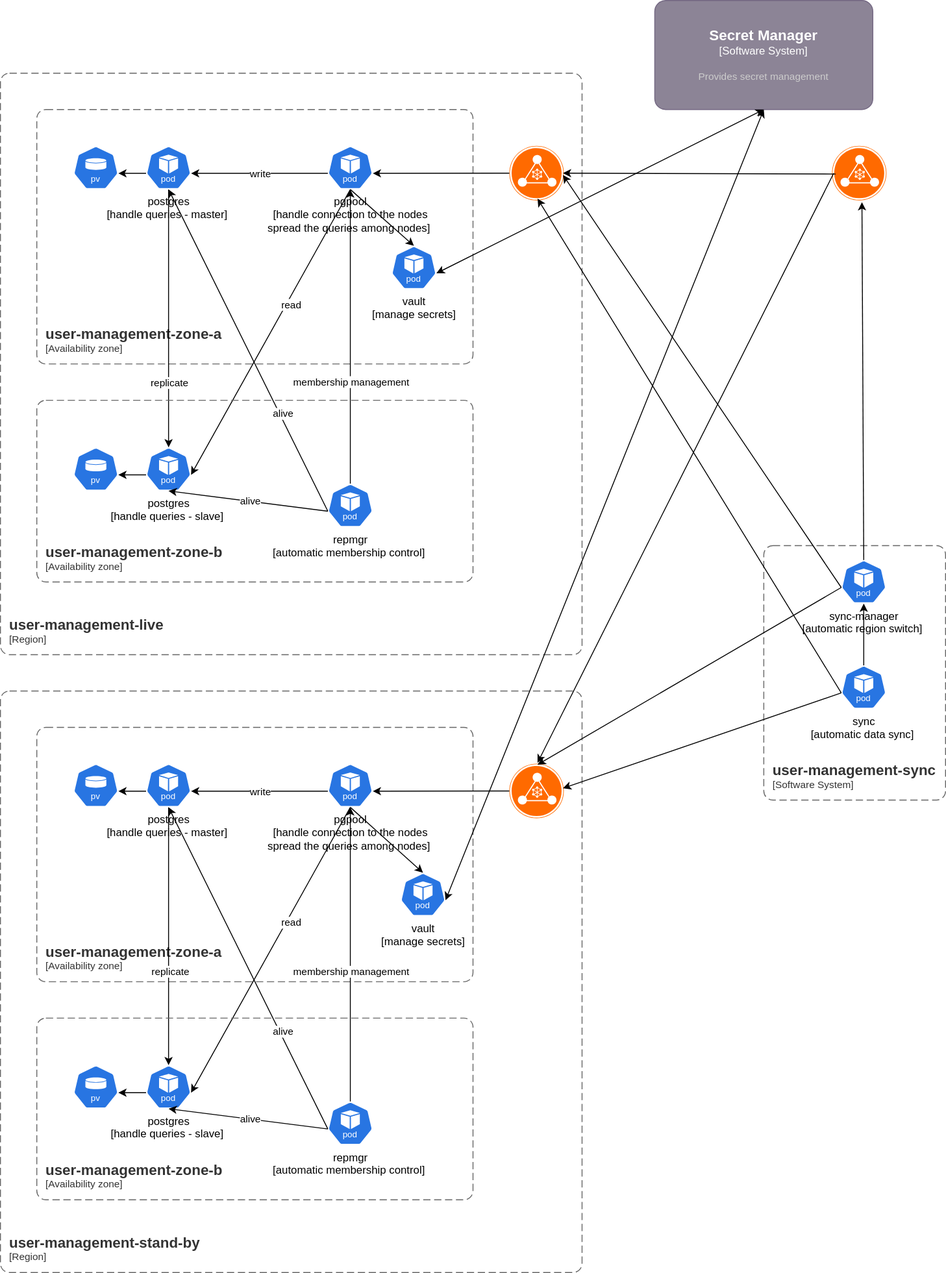
Before: docs/diagrams/deployment-diagram.drawio.svg, a diagram exported from draw.io (andrei-gavrila/DDB). Source tidied: cells renumbered, new cells last; positions are measured from the earlier drawing's top-left corner, leaving out a move shared by most shapes.
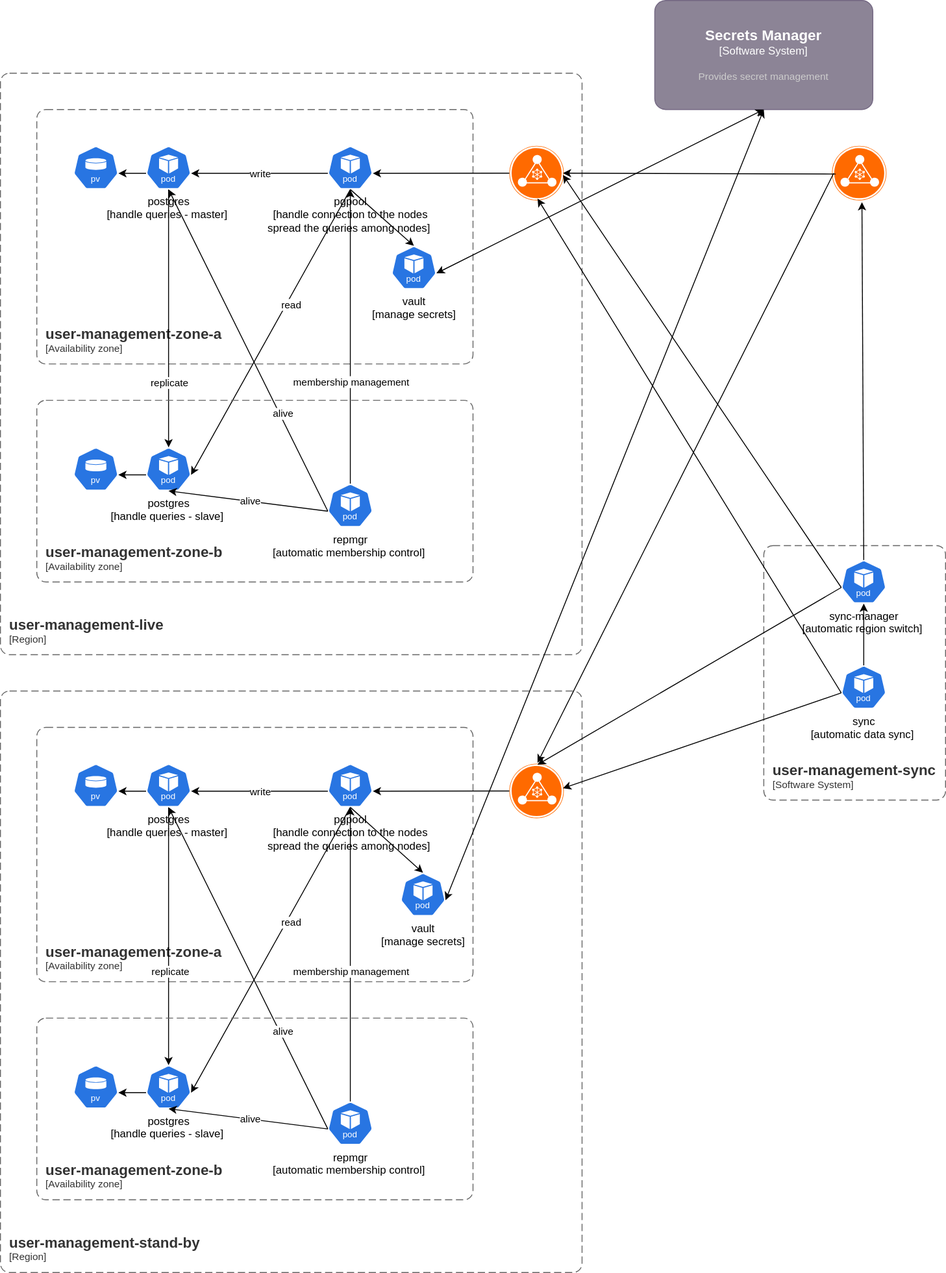
Later version of the same file.

Commit message:
chore: update deployment diagram

Diff of the diagram source:
```diff
@@ -228,7 +228,7 @@
     <mxCell id="67" style="endArrow=classic;html=1;rounded=0;entryX=0.5;entryY=0;entryDx=0;entryDy=0;entryPerimeter=0;exitX=0.5;exitY=1;exitDx=0;exitDy=0;exitPerimeter=0;" parent="1" edge="1" source="31" target="66">
       <mxGeometry relative="1" as="geometry" />
     </mxCell>
-    <object id="68" label="&lt;font style=&quot;font-size: 16px&quot;&gt;&lt;b&gt;%c4Name%&lt;/b&gt;&lt;/font&gt;&lt;div&gt;[%c4Type%]&lt;/div&gt;&lt;br&gt;&lt;div&gt;&lt;font style=&quot;font-size: 11px&quot;&gt;&lt;font color=&quot;#cccccc&quot;&gt;%c4Description%&lt;/font&gt;&lt;/div&gt;" c4Description="Provides secret management" c4Name="Secret Manager" c4Type="Software System" placeholders="1">
+    <object id="68" label="&lt;font style=&quot;font-size: 16px&quot;&gt;&lt;b&gt;%c4Name%&lt;/b&gt;&lt;/font&gt;&lt;div&gt;[%c4Type%]&lt;/div&gt;&lt;br&gt;&lt;div&gt;&lt;font style=&quot;font-size: 11px&quot;&gt;&lt;font color=&quot;#cccccc&quot;&gt;%c4Description%&lt;/font&gt;&lt;/div&gt;" c4Description="Provides secret management" c4Name="Secrets Manager" c4Type="Software System" placeholders="1">
       <mxCell style="rounded=1;whiteSpace=wrap;html=1;labelBackgroundColor=none;fillColor=#8C8496;fontColor=#ffffff;align=center;arcSize=10;strokeColor=#736782;points=[[0.25,0,0],[0.5,0,0],[0.75,0,0],[1,0.25,0],[1,0.5,0],[1,0.75,0],[0.75,1,0],[0.5,1,0],[0.25,1,0],[0,0.75,0],[0,0.5,0],[0,0.25,0]];" parent="1" vertex="1">
         <mxGeometry x="720" width="240" height="120" as="geometry" />
       </mxCell>
```
